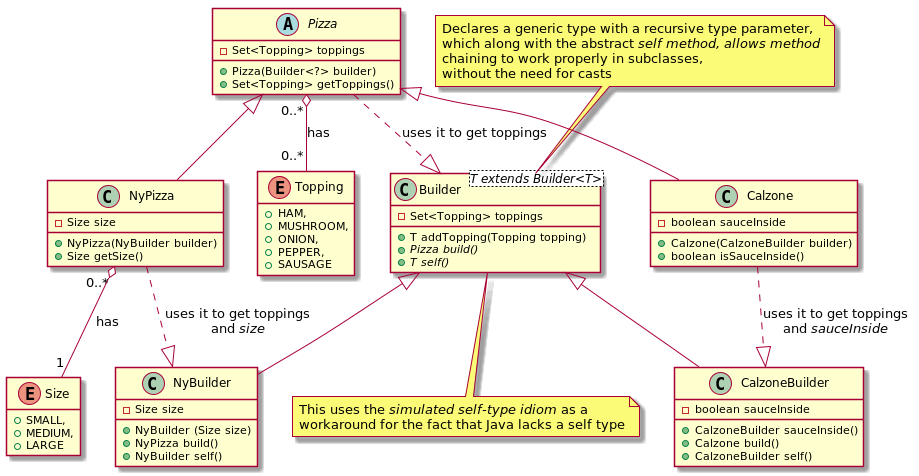
This is DesignPatternsElementsOfReusableObjectOrientesSoftware/Chapter03/Builder/image/code_class_design.png from lealceldeiro/gems, a PlantUML export, as it was before one commit.
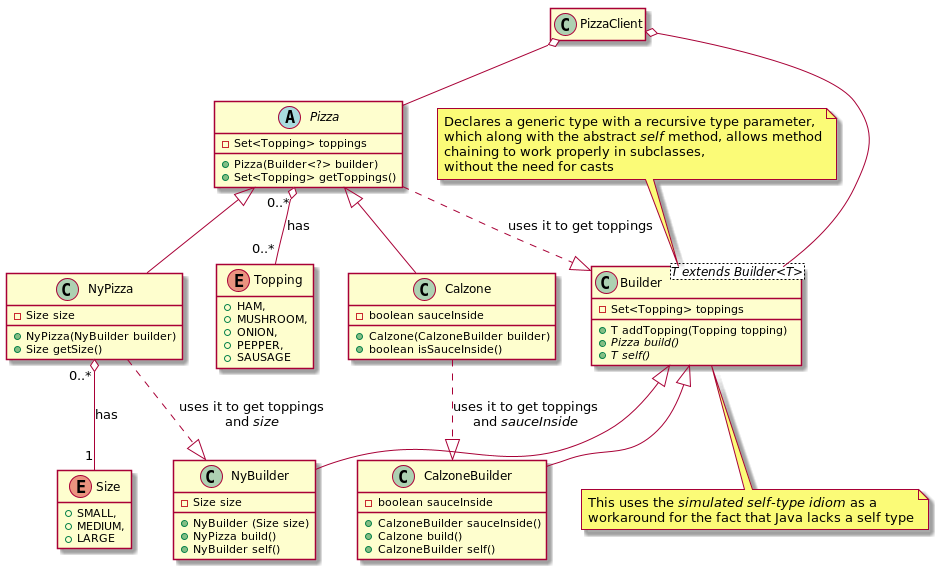
Above is the later version.

Commit message:
Update image for code design for builder pattern in java code example

What changed in the source:
```diff
@@ -25,7 +25,7 @@
 }
 
 class Builder
-note top: Declares a generic type with a recursive type parameter,\nwhich along with the abstract <i>self<i> method, allows method\nchaining to work properly in subclasses,\nwithout the need for casts
+note top: Declares a generic type with a recursive type parameter,\nwhich along with the abstract <i>self</i> method, allows method\nchaining to work properly in subclasses,\nwithout the need for casts
 
 class Builder
 note bottom: This uses the <i>simulated self-type idiom</i> as a\nworkaround for the fact that Java lacks a self type
@@ -73,5 +73,10 @@
 NyPizza ..|> NyBuilder : uses it to get toppings\nand <i>size</i>
 NyPizza "0..*" o-- "1" Size : has
 
+class PizzaClient
+
+PizzaClient o-- Pizza
+PizzaClient o-- Builder
+
 hide empty members
 @enduml
```
